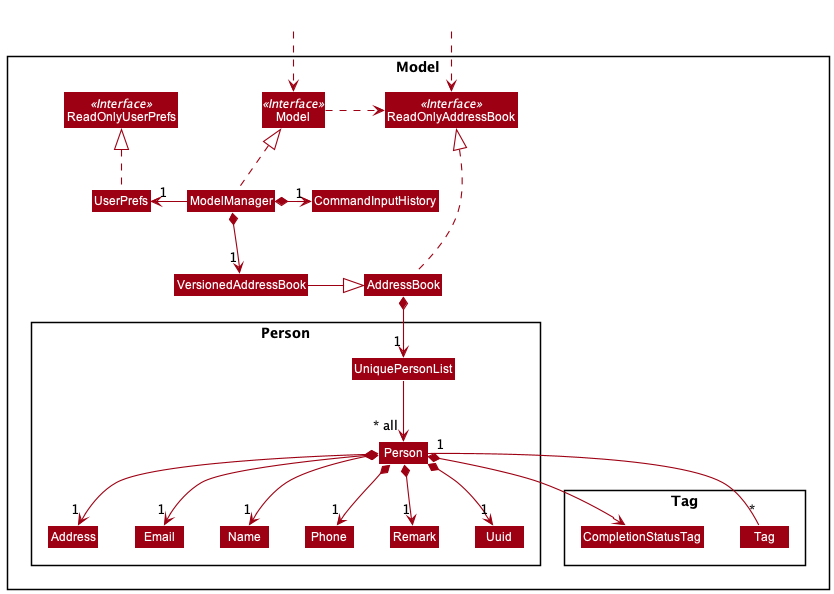
Earlier version of the PlantUML export docs/images/ModelClassDiagram.png (vigneshsankariyer1234567890/tp).
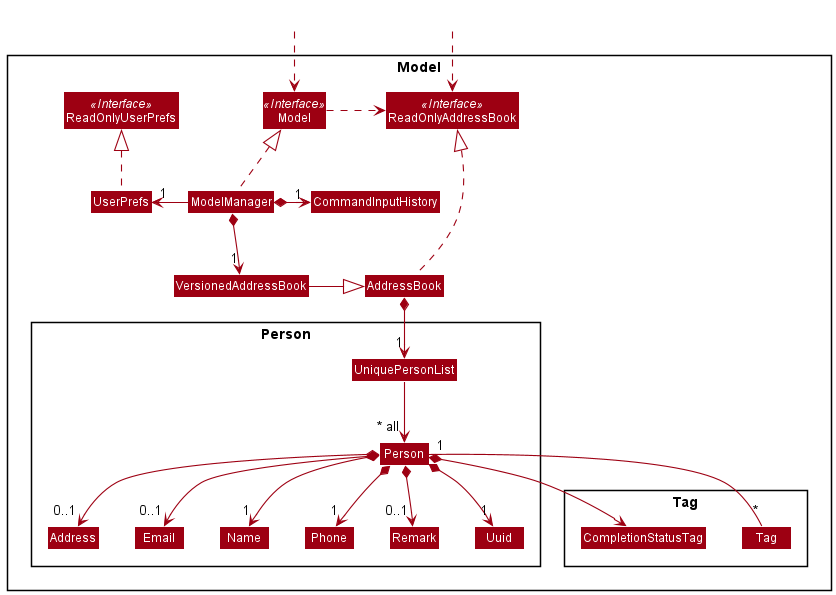
After the change.

What changed in the source:
```diff
@@ -59,10 +59,10 @@
 Person "1" -- "*" Tag
 Person *--> "1" Name
 Person *--> "1" Phone
-Person *--> "1" Email
-Person *--> "1" Address
 Person *--> "1" Uuid
-Person *--> "1" Remark
+Person *--> "0..1" Remark
+Person *--> "0..1" Email
+Person *--> "0..1" Address
 
 
 @enduml
```
